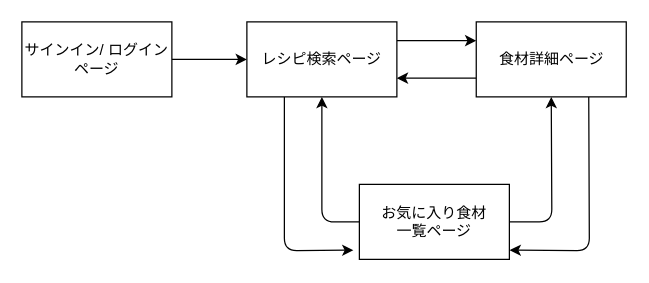
This is transition.dio from nakayu08/today_recipe, a draw.io file, before an edit. Source tidied: cells renumbered, new cells numbered last; positions are measured from the earlier drawing's top-left corner, leaving out a move shared by most shapes. Both pictures are drawn from the tidied source at 125%, with x=0, y=0 at pixel (21, 21).
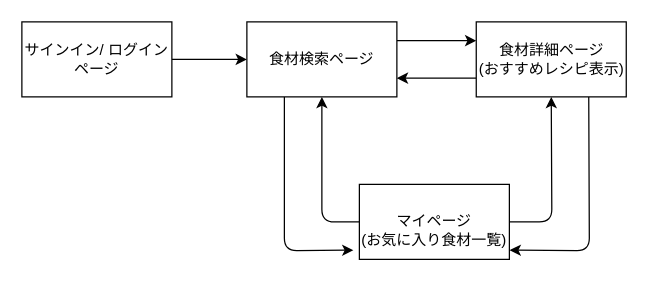
The same diagram, later.

Commit message:
画面遷移図の修正

Change to the diagram source:
```diff
@@
 <mxGraphModel>
   <root>
     <mxCell id="0" />
     <mxCell id="1" parent="0" />
     <mxCell id="2" style="edgeStyle=none;html=1;exitX=1;exitY=0.5;exitDx=0;exitDy=0;entryX=0;entryY=0.5;entryDx=0;entryDy=0;" parent="1" edge="1" source="3" target="6">
       <mxGeometry relative="1" as="geometry" />
     </mxCell>
     <mxCell id="3" value="サインイン/ ログイン&lt;br&gt;ページ" style="rounded=0;whiteSpace=wrap;html=1;" parent="1" vertex="1">
       <mxGeometry width="120" height="60" as="geometry" />
     </mxCell>
     <mxCell id="4" style="edgeStyle=none;html=1;exitX=1;exitY=0.25;exitDx=0;exitDy=0;entryX=0;entryY=0.25;entryDx=0;entryDy=0;" parent="1" edge="1" source="6" target="9">
       <mxGeometry relative="1" as="geometry" />
     </mxCell>
     <mxCell id="5" style="edgeStyle=none;html=1;entryX=-0.04;entryY=0.877;entryDx=0;entryDy=0;entryPerimeter=0;exitX=0.25;exitY=1;exitDx=0;exitDy=0;" parent="1" edge="1" source="6" target="12">
       <mxGeometry relative="1" as="geometry">
         <Array as="points">
           <mxPoint x="210" y="183" />
         </Array>
       </mxGeometry>
     </mxCell>
-    <mxCell id="6" value="レシピ検索ページ" style="rounded=0;whiteSpace=wrap;html=1;" parent="1" vertex="1">
+    <mxCell id="6" value="食材検索ページ" style="rounded=0;whiteSpace=wrap;html=1;" parent="1" vertex="1">
       <mxGeometry x="180" width="120" height="60" as="geometry" />
     </mxCell>
     <mxCell id="7" style="edgeStyle=none;html=1;exitX=0;exitY=0.75;exitDx=0;exitDy=0;entryX=1;entryY=0.75;entryDx=0;entryDy=0;" parent="1" edge="1" source="9" target="6">
       <mxGeometry relative="1" as="geometry" />
     </mxCell>
     <mxCell id="8" style="edgeStyle=none;html=1;exitX=0.75;exitY=1;exitDx=0;exitDy=0;entryX=1.002;entryY=0.877;entryDx=0;entryDy=0;entryPerimeter=0;" parent="1" edge="1" source="9" target="12">
       <mxGeometry relative="1" as="geometry">
         <Array as="points">
           <mxPoint x="454" y="183" />
         </Array>
       </mxGeometry>
     </mxCell>
-    <mxCell id="9" value="食材詳細ページ" style="rounded=0;whiteSpace=wrap;html=1;" parent="1" vertex="1">
+    <mxCell id="9" value="食材詳細ページ&lt;br&gt;(おすすめレシピ表示)" style="rounded=0;whiteSpace=wrap;html=1;" parent="1" vertex="1">
       <mxGeometry x="363.5" width="120" height="60" as="geometry" />
     </mxCell>
     <mxCell id="10" style="edgeStyle=none;html=1;exitX=1;exitY=0.5;exitDx=0;exitDy=0;entryX=0.5;entryY=1;entryDx=0;entryDy=0;" parent="1" edge="1" source="12" target="9">
       <mxGeometry relative="1" as="geometry">
         <Array as="points">
           <mxPoint x="424" y="160" />
         </Array>
       </mxGeometry>
     </mxCell>
     <mxCell id="11" style="edgeStyle=none;html=1;entryX=0.5;entryY=1;entryDx=0;entryDy=0;exitX=0;exitY=0.5;exitDx=0;exitDy=0;" parent="1" edge="1" source="12" target="6">
       <mxGeometry relative="1" as="geometry">
         <Array as="points">
           <mxPoint x="240" y="160" />
         </Array>
       </mxGeometry>
     </mxCell>
-    <mxCell id="12" value="お気に入り食材&lt;br&gt;一覧ページ" style="rounded=0;whiteSpace=wrap;html=1;" parent="1" vertex="1">
+    <mxCell id="12" value="&lt;br&gt;マイページ&lt;br&gt;(お気に入り食材一覧)" style="rounded=0;whiteSpace=wrap;html=1;" parent="1" vertex="1">
       <mxGeometry x="270" y="130" width="120" height="60" as="geometry" />
     </mxCell>
   </root>
 </mxGraphModel>
```
